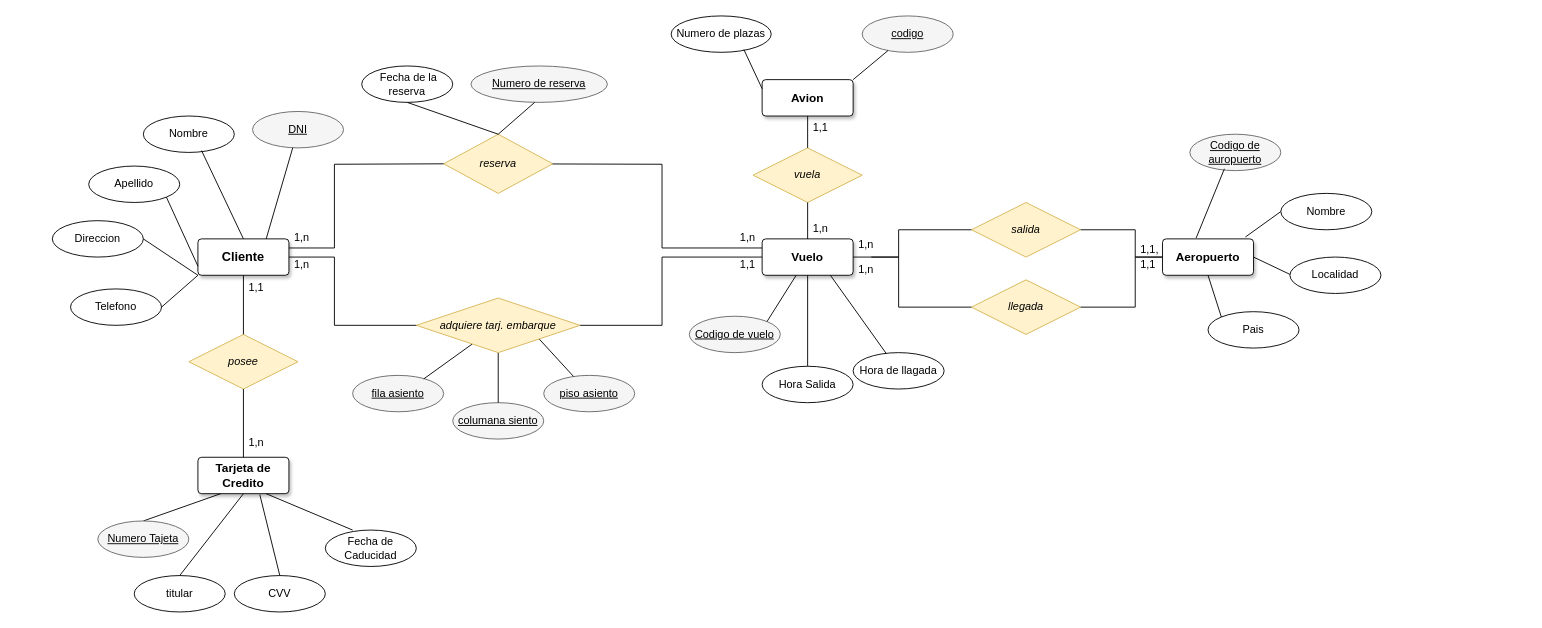
jordimall/jmg-tsys-ta12diagramasER-drawio-111023 keeps this draw.io diagram as Actividad_08_C3_ED12.drawio. Above is the earlier version. Source tidied: cells renumbered, new cells numbered last; positions are measured from the earlier drawing's top-left corner, leaving out a move shared by most shapes. Both pictures are drawn from the tidied source at 91%, with x=0, y=0 at pixel (52, 15).
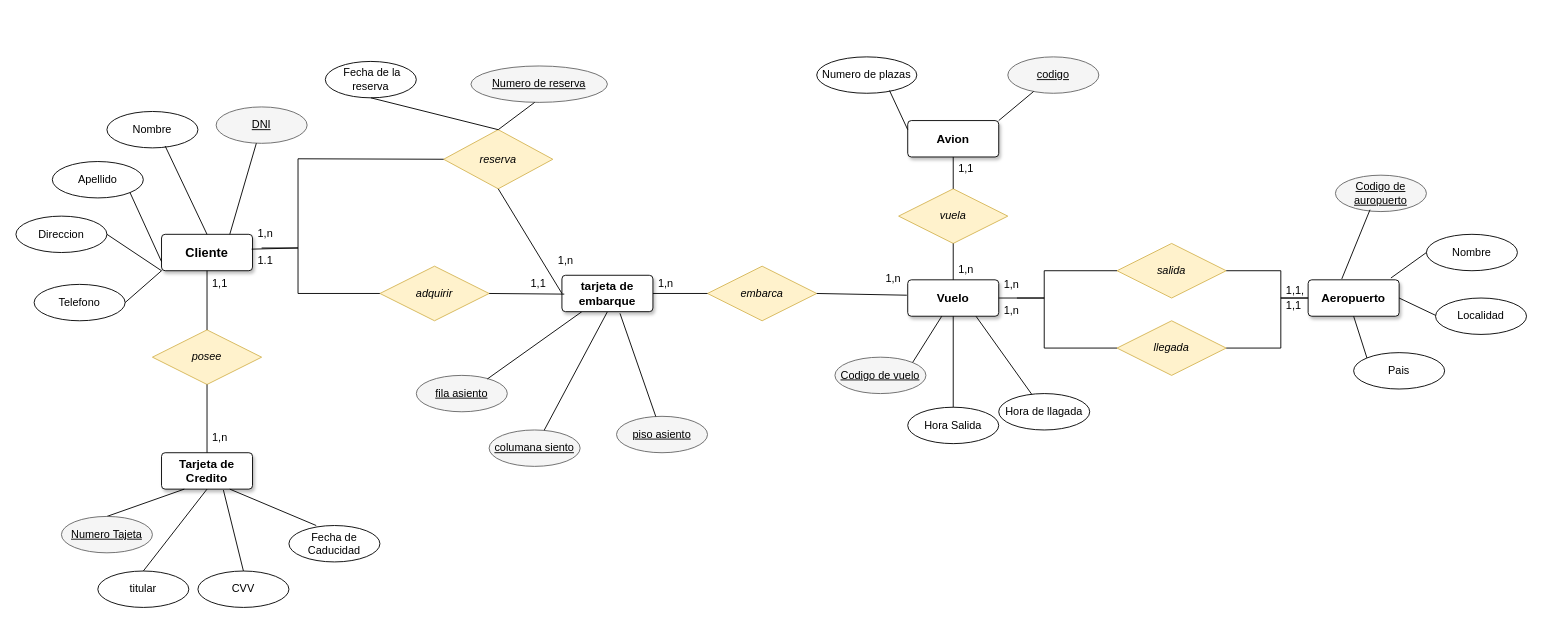
After the change.

What changed in the source:
```diff
@@
     <mxCell id="2" value="Vuelo" style="rounded=1;arcSize=10;whiteSpace=wrap;html=1;align=center;shadow=1;fontSize=13;fontStyle=1;" parent="1" vertex="1">
-      <mxGeometry x="780" y="245" width="100" height="40" as="geometry" />
+      <mxGeometry x="940" y="290" width="100" height="40" as="geometry" />
     </mxCell>
     <mxCell id="3" value="Cliente" style="rounded=1;arcSize=10;whiteSpace=wrap;html=1;align=center;shadow=1;fontSize=14;fontStyle=1;" parent="1" vertex="1">
-      <mxGeometry x="160" y="245" width="100" height="40" as="geometry" />
+      <mxGeometry x="120" y="240" width="100" height="40" as="geometry" />
     </mxCell>
     <mxCell id="4" value="Aeropuerto" style="rounded=1;arcSize=10;whiteSpace=wrap;html=1;align=center;shadow=1;fontSize=13;fontStyle=1;" parent="1" vertex="1">
-      <mxGeometry x="1220" y="245" width="100" height="40" as="geometry" />
+      <mxGeometry x="1380" y="290" width="100" height="40" as="geometry" />
     </mxCell>
     <mxCell id="5" value="Avion" style="rounded=1;arcSize=10;whiteSpace=wrap;html=1;align=center;shadow=1;fontSize=13;fontStyle=1;" parent="1" vertex="1">
-      <mxGeometry x="780" y="70" width="100" height="40" as="geometry" />
+      <mxGeometry x="940" y="115" width="100" height="40" as="geometry" />
     </mxCell>
     <mxCell id="6" value="Nombre" style="ellipse;whiteSpace=wrap;html=1;align=center;" parent="1" vertex="1">
-      <mxGeometry x="100" y="110" width="100" height="40" as="geometry" />
+      <mxGeometry x="60" y="105" width="100" height="40" as="geometry" />
     </mxCell>
     <mxCell id="7" value="DNI" style="ellipse;whiteSpace=wrap;html=1;align=center;fontStyle=4;fillColor=#f5f5f5;strokeColor=#666666;" parent="1" vertex="1">
-      <mxGeometry x="220" y="105" width="100" height="40" as="geometry" />
+      <mxGeometry x="180" y="100" width="100" height="40" as="geometry" />
     </mxCell>
     <mxCell id="8" value="Apellido" style="ellipse;whiteSpace=wrap;html=1;align=center;" parent="1" vertex="1">
-      <mxGeometry x="40" y="165" width="100" height="40" as="geometry" />
+      <mxGeometry y="160" width="100" height="40" as="geometry" />
     </mxCell>
     <mxCell id="9" value="Direccion" style="ellipse;whiteSpace=wrap;html=1;align=center;" parent="1" vertex="1">
-      <mxGeometry y="225" width="100" height="40" as="geometry" />
+      <mxGeometry x="-40" y="220" width="100" height="40" as="geometry" />
     </mxCell>
     <mxCell id="10" value="Telefono" style="ellipse;whiteSpace=wrap;html=1;align=center;" parent="1" vertex="1">
-      <mxGeometry x="20" y="300" width="100" height="40" as="geometry" />
+      <mxGeometry x="-20" y="295" width="100" height="40" as="geometry" />
     </mxCell>
     <mxCell id="11" value="Tarjeta de Credito" style="rounded=1;arcSize=10;whiteSpace=wrap;html=1;align=center;shadow=1;fontSize=13;fontStyle=1;" parent="1" vertex="1">
-      <mxGeometry x="160" y="485" width="100" height="40" as="geometry" />
+      <mxGeometry x="120" y="480" width="100" height="40" as="geometry" />
     </mxCell>
     <mxCell id="12" value="titular" style="ellipse;whiteSpace=wrap;html=1;align=center;" parent="1" vertex="1">
-      <mxGeometry x="90" y="615" width="100" height="40" as="geometry" />
+      <mxGeometry x="50" y="610" width="100" height="40" as="geometry" />
     </mxCell>
     <mxCell id="13" value="CVV" style="ellipse;whiteSpace=wrap;html=1;align=center;" parent="1" vertex="1">
-      <mxGeometry x="200" y="615" width="100" height="40" as="geometry" />
+      <mxGeometry x="160" y="610" width="100" height="40" as="geometry" />
     </mxCell>
     <mxCell id="14" value="Fecha de Caducidad" style="ellipse;whiteSpace=wrap;html=1;align=center;" parent="1" vertex="1">
-      <mxGeometry x="300" y="565" width="100" height="40" as="geometry" />
+      <mxGeometry x="260" y="560" width="100" height="40" as="geometry" />
     </mxCell>
@@
     <mxCell id="18" style="endArrow=none;html=1;rounded=0;exitX=0.75;exitY=1;exitDx=0;exitDy=0;" parent="1" edge="1" source="11">
       <mxGeometry relative="1" as="geometry">
-        <mxPoint x="330" y="565" as="targetPoint" />
+        <mxPoint x="290" y="560" as="targetPoint" />
       </mxGeometry>
     </mxCell>
     <mxCell id="19" value="Numero Tajeta" style="ellipse;whiteSpace=wrap;html=1;align=center;fontStyle=4;fillColor=#f5f5f5;strokeColor=#666666;" parent="1" vertex="1">
-      <mxGeometry x="50" y="555" width="100" height="40" as="geometry" />
+      <mxGeometry x="10" y="550" width="100" height="40" as="geometry" />
     </mxCell>
@@
     <mxCell id="25" value="&lt;i&gt;posee&lt;/i&gt;" style="shape=rhombus;perimeter=rhombusPerimeter;whiteSpace=wrap;html=1;align=center;fillColor=#fff2cc;strokeColor=#d6b656;" parent="1" vertex="1">
-      <mxGeometry x="150" y="350" width="120" height="60" as="geometry" />
+      <mxGeometry x="110" y="345" width="120" height="60" as="geometry" />
     </mxCell>
@@
     <mxCell id="28" value="reserva" style="shape=rhombus;perimeter=rhombusPerimeter;whiteSpace=wrap;html=1;align=center;fillColor=#fff2cc;strokeColor=#d6b656;fontStyle=2;" parent="1" vertex="1">
-      <mxGeometry x="430" y="130" width="120" height="65" as="geometry" />
+      <mxGeometry x="430" y="125" width="120" height="65" as="geometry" />
     </mxCell>
     <mxCell id="29" value="vuela" style="shape=rhombus;perimeter=rhombusPerimeter;whiteSpace=wrap;html=1;align=center;fillColor=#fff2cc;strokeColor=#d6b656;fontStyle=2;" parent="1" vertex="1">
-      <mxGeometry x="770" y="145" width="120" height="60" as="geometry" />
+      <mxGeometry x="930" y="190" width="120" height="60" as="geometry" />
     </mxCell>
     <mxCell id="30" value="salida" style="shape=rhombus;perimeter=rhombusPerimeter;whiteSpace=wrap;html=1;align=center;fillColor=#fff2cc;strokeColor=#d6b656;fontStyle=2;" parent="1" vertex="1">
-      <mxGeometry x="1010" y="205" width="120" height="60" as="geometry" />
+      <mxGeometry x="1170" y="250" width="120" height="60" as="geometry" />
     </mxCell>
     <mxCell id="31" value="llegada" style="shape=rhombus;perimeter=rhombusPerimeter;whiteSpace=wrap;html=1;align=center;fillColor=#fff2cc;strokeColor=#d6b656;fontStyle=2;" parent="1" vertex="1">
-      <mxGeometry x="1010" y="290" width="120" height="60" as="geometry" />
+      <mxGeometry x="1170" y="335" width="120" height="60" as="geometry" />
     </mxCell>
     <mxCell id="32" value="&amp;nbsp;Fecha de la reserva" style="ellipse;whiteSpace=wrap;html=1;align=center;" parent="1" vertex="1">
-      <mxGeometry x="340" y="55" width="100" height="40" as="geometry" />
+      <mxGeometry x="300" y="50" width="100" height="40" as="geometry" />
     </mxCell>
@@
     <mxCell id="34" value="fila asiento" style="ellipse;whiteSpace=wrap;html=1;align=center;fontStyle=4;fillColor=#f5f5f5;strokeColor=#666666;" parent="1" vertex="1">
-      <mxGeometry x="330" y="395" width="100" height="40" as="geometry" />
+      <mxGeometry x="400" y="395" width="100" height="40" as="geometry" />
     </mxCell>
     <mxCell id="35" value="columana siento" style="ellipse;whiteSpace=wrap;html=1;align=center;fontStyle=4;fillColor=#f5f5f5;strokeColor=#666666;" parent="1" vertex="1">
-      <mxGeometry x="440" y="425" width="100" height="40" as="geometry" />
+      <mxGeometry x="480" y="455" width="100" height="40" as="geometry" />
     </mxCell>
     <mxCell id="36" value="piso asiento" style="ellipse;whiteSpace=wrap;html=1;align=center;fontStyle=4;fillColor=#f5f5f5;strokeColor=#666666;" parent="1" vertex="1">
-      <mxGeometry x="540" y="395" width="100" height="40" as="geometry" />
+      <mxGeometry x="620" y="440" width="100" height="40" as="geometry" />
     </mxCell>
-    <mxCell id="37" style="endArrow=none;html=1;rounded=0;exitX=0.78;exitY=0.1;exitDx=0;exitDy=0;exitPerimeter=0;" parent="1" edge="1" source="34" target="50">
+    <mxCell id="37" style="endArrow=none;html=1;rounded=0;exitX=0.78;exitY=0.1;exitDx=0;exitDy=0;exitPerimeter=0;" parent="1" edge="1" source="34" target="83">
       <mxGeometry relative="1" as="geometry" />
     </mxCell>
-    <mxCell id="38" style="endArrow=none;html=1;rounded=0;exitX=0.5;exitY=1;exitDx=0;exitDy=0;" parent="1" edge="1" source="50" target="35">
+    <mxCell id="38" style="endArrow=none;html=1;rounded=0;exitX=0.5;exitY=1;exitDx=0;exitDy=0;" parent="1" edge="1" source="83" target="35">
       <mxGeometry relative="1" as="geometry" />
     </mxCell>
-    <mxCell id="39" style="endArrow=none;html=1;rounded=0;exitX=1;exitY=1;exitDx=0;exitDy=0;" parent="1" edge="1" source="50" target="36">
+    <mxCell id="39" style="endArrow=none;html=1;rounded=0;exitX=0.638;exitY=1.047;exitDx=0;exitDy=0;exitPerimeter=0;" parent="1" edge="1" source="83" target="36">
       <mxGeometry relative="1" as="geometry" />
     </mxCell>
@@
-    <mxCell id="42" style="endArrow=none;html=1;rounded=0;exitX=1;exitY=0.25;exitDx=0;exitDy=0;entryX=0;entryY=0.5;entryDx=0;entryDy=0;" parent="1" edge="1" source="3" target="28">
-      <mxGeometry relative="1" as="geometry">
-        <Array as="points">
-          <mxPoint x="310" y="255" />
-          <mxPoint x="310" y="163" />
-        </Array>
-      </mxGeometry>
-    </mxCell>
     <mxCell id="43" style="endArrow=none;html=1;rounded=0;entryX=0;entryY=0.5;entryDx=0;entryDy=0;exitX=1;exitY=0.5;exitDx=0;exitDy=0;" parent="1" edge="1" source="2" target="30">
       <mxGeometry relative="1" as="geometry">
         <Array as="points">
-          <mxPoint x="930" y="265" />
-          <mxPoint x="930" y="235" />
+          <mxPoint x="1090" y="310" />
+          <mxPoint x="1090" y="280" />
         </Array>
       </mxGeometry>
     </mxCell>
     <mxCell id="44" style="endArrow=none;html=1;rounded=0;entryX=0;entryY=0.5;entryDx=0;entryDy=0;" parent="1" edge="1" target="31">
       <mxGeometry relative="1" as="geometry">
-        <mxPoint x="900" y="265" as="sourcePoint" />
+        <mxPoint x="1060" y="310" as="sourcePoint" />
         <Array as="points">
-          <mxPoint x="930" y="265" />
-          <mxPoint x="930" y="320" />
+          <mxPoint x="1090" y="310" />
+          <mxPoint x="1090" y="365" />
         </Array>
       </mxGeometry>
     </mxCell>
     <mxCell id="45" style="endArrow=none;html=1;rounded=0;entryX=0;entryY=0.5;entryDx=0;entryDy=0;" parent="1" edge="1" target="4">
       <mxGeometry relative="1" as="geometry">
-        <mxPoint x="1130" y="235" as="sourcePoint" />
+        <mxPoint x="1290" y="280" as="sourcePoint" />
         <Array as="points">
-          <mxPoint x="1190" y="235" />
-          <mxPoint x="1190" y="265" />
+          <mxPoint x="1350" y="280" />
+          <mxPoint x="1350" y="310" />
         </Array>
       </mxGeometry>
     </mxCell>
     <mxCell id="46" style="endArrow=none;html=1;rounded=0;entryX=0;entryY=0.5;entryDx=0;entryDy=0;exitX=1;exitY=0.5;exitDx=0;exitDy=0;" parent="1" edge="1" source="31" target="4">
       <mxGeometry relative="1" as="geometry">
         <Array as="points">
-          <mxPoint x="1190" y="320" />
-          <mxPoint x="1190" y="265" />
+          <mxPoint x="1350" y="365" />
+          <mxPoint x="1350" y="310" />
         </Array>
       </mxGeometry>
     </mxCell>
@@
-    <mxCell id="49" style="endArrow=none;html=1;rounded=0;entryX=0;entryY=0.25;entryDx=0;entryDy=0;" parent="1" edge="1" source="28" target="2">
-      <mxGeometry relative="1" as="geometry">
-        <Array as="points">
-          <mxPoint x="670" y="163" />
-          <mxPoint x="670" y="255" />
-          <mxPoint x="750" y="255" />
-        </Array>
-      </mxGeometry>
-    </mxCell>
-    <mxCell id="50" value="adquiere tarj. embarque" style="shape=rhombus;perimeter=rhombusPerimeter;whiteSpace=wrap;html=1;align=center;fillColor=#fff2cc;strokeColor=#d6b656;fontStyle=2;" parent="1" vertex="1">
-      <mxGeometry x="400" y="310" width="180" height="60" as="geometry" />
-    </mxCell>
     <mxCell id="51" value="Codigo de vuelo" style="ellipse;whiteSpace=wrap;html=1;align=center;fontStyle=4;fillColor=#f5f5f5;strokeColor=#666666;" parent="1" vertex="1">
-      <mxGeometry x="700" y="330" width="100" height="40" as="geometry" />
+      <mxGeometry x="860" y="375" width="100" height="40" as="geometry" />
     </mxCell>
     <mxCell id="52" value="Hora Salida" style="ellipse;whiteSpace=wrap;html=1;align=center;" parent="1" vertex="1">
-      <mxGeometry x="780" y="385" width="100" height="40" as="geometry" />
+      <mxGeometry x="940" y="430" width="100" height="40" as="geometry" />
     </mxCell>
     <mxCell id="53" value="Hora de llagada" style="ellipse;whiteSpace=wrap;html=1;align=center;" parent="1" vertex="1">
-      <mxGeometry x="880" y="370" width="100" height="40" as="geometry" />
+      <mxGeometry x="1040" y="415" width="100" height="40" as="geometry" />
     </mxCell>
     <mxCell id="54" value="Codigo de auropuerto" style="ellipse;whiteSpace=wrap;html=1;align=center;fontStyle=4;fillColor=#f5f5f5;strokeColor=#666666;" parent="1" vertex="1">
-      <mxGeometry x="1250" y="130" width="100" height="40" as="geometry" />
+      <mxGeometry x="1410" y="175" width="100" height="40" as="geometry" />
     </mxCell>
     <mxCell id="55" value="Nombre" style="ellipse;whiteSpace=wrap;html=1;align=center;" parent="1" vertex="1">
-      <mxGeometry x="1350" y="195" width="100" height="40" as="geometry" />
+      <mxGeometry x="1510" y="240" width="100" height="40" as="geometry" />
     </mxCell>
     <mxCell id="56" value="Localidad" style="ellipse;whiteSpace=wrap;html=1;align=center;" parent="1" vertex="1">
-      <mxGeometry x="1360" y="265" width="100" height="40" as="geometry" />
+      <mxGeometry x="1520" y="310" width="100" height="40" as="geometry" />
     </mxCell>
     <mxCell id="57" value="Pais" style="ellipse;whiteSpace=wrap;html=1;align=center;" parent="1" vertex="1">
-      <mxGeometry x="1270" y="325" width="100" height="40" as="geometry" />
+      <mxGeometry x="1430" y="370" width="100" height="40" as="geometry" />
     </mxCell>
     <mxCell id="58" value="Numero de plazas" style="ellipse;whiteSpace=wrap;html=1;align=center;" parent="1" vertex="1">
-      <mxGeometry x="680" width="110" height="40" as="geometry" />
+      <mxGeometry x="840" y="45" width="110" height="40" as="geometry" />
     </mxCell>
@@
     <mxCell id="60" value="codigo" style="ellipse;whiteSpace=wrap;html=1;align=center;fontStyle=4;fillColor=#f5f5f5;strokeColor=#666666;" parent="1" vertex="1">
-      <mxGeometry x="890" width="100" height="40" as="geometry" />
+      <mxGeometry x="1050" y="45" width="100" height="40" as="geometry" />
     </mxCell>
@@
     <mxCell id="63" style="endArrow=none;html=1;rounded=0;exitX=0.5;exitY=0;exitDx=0;exitDy=0;" parent="1" edge="1" source="52">
       <mxGeometry relative="1" as="geometry">
-        <mxPoint x="830" y="285" as="targetPoint" />
+        <mxPoint x="990" y="330" as="targetPoint" />
       </mxGeometry>
     </mxCell>
@@
     <mxCell id="67" style="endArrow=none;html=1;rounded=0;exitX=1;exitY=0.5;exitDx=0;exitDy=0;" parent="1" edge="1" source="4">
       <mxGeometry relative="1" as="geometry">
-        <mxPoint x="1360" y="284" as="targetPoint" />
+        <mxPoint x="1520" y="329" as="targetPoint" />
       </mxGeometry>
     </mxCell>
@@
-    <mxCell id="69" style="endArrow=none;html=1;rounded=0;entryX=0;entryY=0.5;entryDx=0;entryDy=0;exitX=1;exitY=0.5;exitDx=0;exitDy=0;" parent="1" edge="1" source="3" target="50">
-      <mxGeometry relative="1" as="geometry">
-        <Array as="points">
-          <mxPoint x="310" y="265" />
-          <mxPoint x="310" y="340" />
-        </Array>
-      </mxGeometry>
-    </mxCell>
-    <mxCell id="70" style="endArrow=none;html=1;rounded=0;exitX=1;exitY=0.5;exitDx=0;exitDy=0;entryX=0;entryY=0.5;entryDx=0;entryDy=0;" parent="1" edge="1" source="50" target="2">
-      <mxGeometry relative="1" as="geometry">
-        <Array as="points">
-          <mxPoint x="670" y="340" />
-          <mxPoint x="670" y="265" />
-        </Array>
-      </mxGeometry>
-    </mxCell>
     <mxCell id="71" value="1,n" style="text;strokeColor=none;fillColor=none;spacingLeft=4;spacingRight=4;overflow=hidden;fontSize=12;whiteSpace=wrap;html=1;" parent="1" vertex="1">
-      <mxGeometry x="210" y="455" width="40" height="30" as="geometry" />
+      <mxGeometry x="170" y="450" width="40" height="30" as="geometry" />
     </mxCell>
     <mxCell id="72" value="1,n" style="text;strokeColor=none;fillColor=none;spacingLeft=4;spacingRight=4;overflow=hidden;fontSize=12;whiteSpace=wrap;html=1;" parent="1" vertex="1">
-      <mxGeometry x="750" y="230" width="40" height="30" as="geometry" />
+      <mxGeometry x="910" y="275" width="40" height="30" as="geometry" />
     </mxCell>
-    <mxCell id="73" value="1,1" style="text;strokeColor=none;fillColor=none;spacingLeft=4;spacingRight=4;overflow=hidden;points=[[0,0.5],[1,0.5]];portConstraint=eastwest;fontSize=12;whiteSpace=wrap;html=1;" parent="1" vertex="1">
-      <mxGeometry x="750" y="260" width="40" height="30" as="geometry" />
-    </mxCell>
     <mxCell id="74" value="1,n" style="text;strokeColor=none;fillColor=none;spacingLeft=4;spacingRight=4;overflow=hidden;fontSize=12;whiteSpace=wrap;html=1;" parent="1" vertex="1">
-      <mxGeometry x="260" y="230" width="40" height="30" as="geometry" />
+      <mxGeometry x="220" y="225" width="40" height="30" as="geometry" />
     </mxCell>
-    <mxCell id="75" value="1,n" style="text;strokeColor=none;fillColor=none;spacingLeft=4;spacingRight=4;overflow=hidden;points=[[0,0.5],[1,0.5]];portConstraint=eastwest;fontSize=12;whiteSpace=wrap;html=1;" parent="1" vertex="1">
-      <mxGeometry x="260" y="260" width="40" height="30" as="geometry" />
+    <mxCell id="75" value="1.1" style="text;strokeColor=none;fillColor=none;spacingLeft=4;spacingRight=4;overflow=hidden;points=[[0,0.5],[1,0.5]];portConstraint=eastwest;fontSize=12;whiteSpace=wrap;html=1;" parent="1" vertex="1">
+      <mxGeometry x="220" y="255" width="40" height="30" as="geometry" />
     </mxCell>
     <mxCell id="76" value="1,1," style="text;strokeColor=none;fillColor=none;spacingLeft=4;spacingRight=4;overflow=hidden;fontSize=12;whiteSpace=wrap;html=1;" parent="1" vertex="1">
-      <mxGeometry x="1190" y="243" width="40" height="30" as="geometry" />
+      <mxGeometry x="1350" y="288" width="40" height="30" as="geometry" />
     </mxCell>
     <mxCell id="77" value="1,1" style="text;strokeColor=none;fillColor=none;spacingLeft=4;spacingRight=4;overflow=hidden;fontSize=12;whiteSpace=wrap;html=1;" parent="1" vertex="1">
-      <mxGeometry x="1190" y="260" width="40" height="30" as="geometry" />
+      <mxGeometry x="1350" y="305" width="40" height="30" as="geometry" />
     </mxCell>
     <mxCell id="78" value="1,n" style="text;strokeColor=none;fillColor=none;spacingLeft=4;spacingRight=4;overflow=hidden;fontSize=12;whiteSpace=wrap;html=1;" parent="1" vertex="1">
-      <mxGeometry x="880" y="265" width="40" height="30" as="geometry" />
+      <mxGeometry x="1040" y="310" width="40" height="30" as="geometry" />
     </mxCell>
     <mxCell id="79" value="1,n" style="text;strokeColor=none;fillColor=none;spacingLeft=4;spacingRight=4;overflow=hidden;fontSize=12;whiteSpace=wrap;html=1;" parent="1" vertex="1">
-      <mxGeometry x="880" y="237" width="40" height="30" as="geometry" />
+      <mxGeometry x="1040" y="282" width="40" height="30" as="geometry" />
     </mxCell>
     <mxCell id="80" value="1,1" style="text;strokeColor=none;fillColor=none;spacingLeft=4;spacingRight=4;overflow=hidden;fontSize=12;whiteSpace=wrap;html=1;" parent="1" vertex="1">
-      <mxGeometry x="830" y="109" width="40" height="30" as="geometry" />
+      <mxGeometry x="990" y="154" width="40" height="30" as="geometry" />
     </mxCell>
     <mxCell id="81" value="1,n" style="text;strokeColor=none;fillColor=none;spacingLeft=4;spacingRight=4;overflow=hidden;fontSize=12;whiteSpace=wrap;html=1;" parent="1" vertex="1">
-      <mxGeometry x="830" y="220" width="40" height="30" as="geometry" />
+      <mxGeometry x="990" y="265" width="40" height="30" as="geometry" />
     </mxCell>
     <mxCell id="82" value="1,1" style="text;strokeColor=none;fillColor=none;spacingLeft=4;spacingRight=4;overflow=hidden;fontSize=12;whiteSpace=wrap;html=1;" parent="1" vertex="1">
-      <mxGeometry x="210" y="285" width="40" height="30" as="geometry" />
+      <mxGeometry x="170" y="280" width="40" height="30" as="geometry" />
     </mxCell>
+    <mxCell id="83" value="tarjeta de embarque" style="rounded=1;arcSize=10;whiteSpace=wrap;html=1;align=center;shadow=1;fontSize=13;fontStyle=1;" parent="1" vertex="1">
+      <mxGeometry x="560" y="285" width="100" height="40" as="geometry" />
+    </mxCell>
+    <mxCell id="84" style="endArrow=none;html=1;rounded=0;exitX=0.5;exitY=1;exitDx=0;exitDy=0;entryX=0;entryY=0.5;entryDx=0;entryDy=0;" parent="1" edge="1" source="28" target="83">
+      <mxGeometry relative="1" as="geometry" />
+    </mxCell>
+    <mxCell id="85" style="endArrow=none;html=1;rounded=0;exitX=-0.024;exitY=0.043;exitDx=0;exitDy=0;exitPerimeter=0;" parent="1" edge="1" source="75">
+      <mxGeometry relative="1" as="geometry">
+        <mxPoint x="360" y="305" as="targetPoint" />
+        <Array as="points">
+          <mxPoint x="270" y="255" />
+          <mxPoint x="270" y="305" />
+        </Array>
+      </mxGeometry>
+    </mxCell>
+    <mxCell id="86" value="embarca" style="shape=rhombus;perimeter=rhombusPerimeter;whiteSpace=wrap;html=1;align=center;fillColor=#fff2cc;strokeColor=#d6b656;fontStyle=2;" parent="1" vertex="1">
+      <mxGeometry x="720" y="275" width="120" height="60" as="geometry" />
+    </mxCell>
+    <mxCell id="87" style="endArrow=none;html=1;rounded=0;exitX=1;exitY=0.5;exitDx=0;exitDy=0;" parent="1" edge="1" source="83" target="86">
+      <mxGeometry relative="1" as="geometry" />
+    </mxCell>
+    <mxCell id="88" style="endArrow=none;html=1;rounded=0;entryX=0.726;entryY=0.063;entryDx=0;entryDy=0;entryPerimeter=0;exitX=1;exitY=0.5;exitDx=0;exitDy=0;" parent="1" edge="1" source="86">
+      <mxGeometry relative="1" as="geometry">
+        <mxPoint x="939" y="306.9" as="targetPoint" />
+      </mxGeometry>
+    </mxCell>
+    <mxCell id="73" value="1,1" style="text;strokeColor=none;fillColor=none;spacingLeft=4;spacingRight=4;overflow=hidden;points=[[0,0.5],[1,0.5]];portConstraint=eastwest;fontSize=12;whiteSpace=wrap;html=1;" parent="1" vertex="1">
+      <mxGeometry x="520" y="280" width="40" height="30" as="geometry" />
+    </mxCell>
+    <mxCell id="89" style="endArrow=none;html=1;rounded=0;entryX=0;entryY=0.5;entryDx=0;entryDy=0;" parent="1" edge="1" target="28">
+      <mxGeometry relative="1" as="geometry">
+        <mxPoint x="230" y="255" as="sourcePoint" />
+        <Array as="points">
+          <mxPoint x="270" y="255" />
+          <mxPoint x="270" y="157" />
+        </Array>
+      </mxGeometry>
+    </mxCell>
+    <mxCell id="90" value="1,n" style="text;strokeColor=none;fillColor=none;spacingLeft=4;spacingRight=4;overflow=hidden;fontSize=12;whiteSpace=wrap;html=1;" parent="1" vertex="1">
+      <mxGeometry x="660" y="280" width="40" height="30" as="geometry" />
+    </mxCell>
+    <mxCell id="91" value="1,n" style="text;strokeColor=none;fillColor=none;spacingLeft=4;spacingRight=4;overflow=hidden;fontSize=12;whiteSpace=wrap;html=1;" parent="1" vertex="1">
+      <mxGeometry x="550" y="255" width="40" height="30" as="geometry" />
+    </mxCell>
+    <mxCell id="92" value="adquirir" style="shape=rhombus;perimeter=rhombusPerimeter;whiteSpace=wrap;html=1;align=center;fillColor=#fff2cc;strokeColor=#d6b656;fontStyle=2;" parent="1" vertex="1">
+      <mxGeometry x="360" y="275" width="120" height="60" as="geometry" />
+    </mxCell>
+    <mxCell id="93" style="endArrow=none;html=1;rounded=0;exitX=1;exitY=0.5;exitDx=0;exitDy=0;entryX=1.065;entryY=0.857;entryDx=0;entryDy=0;entryPerimeter=0;" parent="1" edge="1" source="92" target="73">
+      <mxGeometry relative="1" as="geometry" />
+    </mxCell>
```
